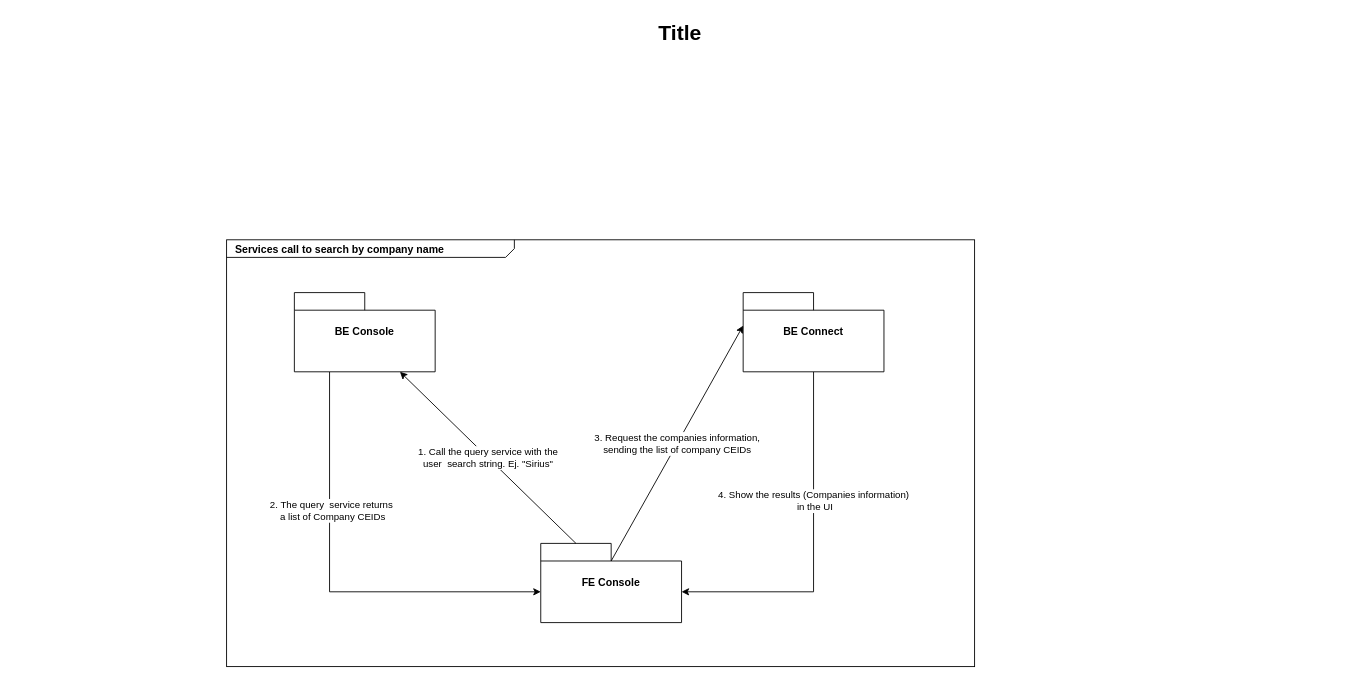
Before: Untitled Diagram.drawio in hvasquez28/TensorFlow, a draw.io diagram. Source tidied: cells renumbered, new cells numbered last; positions are measured from the earlier drawing's top-left corner, leaving out a move shared by most shapes. Both pictures are drawn from the tidied source at 88%, with x=0, y=0 at pixel (15, 15).
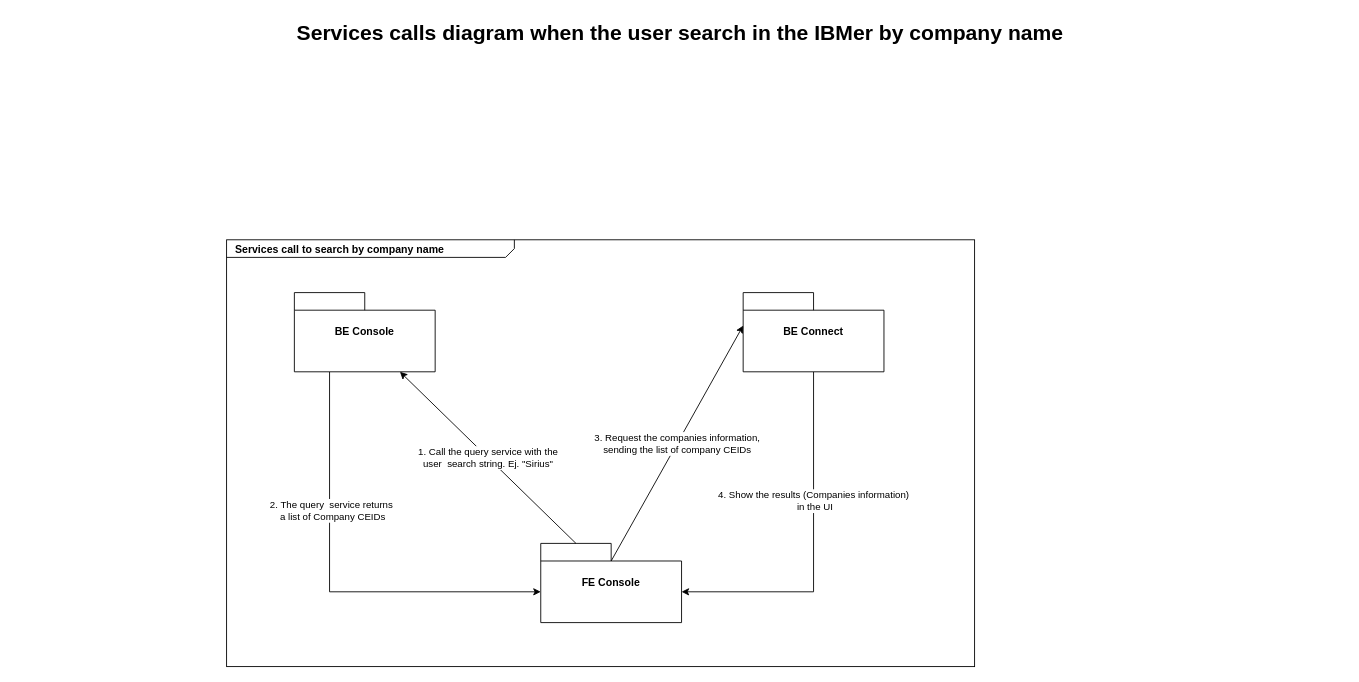
The same diagram, later.

Commit message (it also covers changes not shown here):
PWC-IBMer-CompanyNameSearchDiagram

Change to the diagram source:
```diff
@@
 <mxGraphModel>
   <root>
     <mxCell id="0" />
     <mxCell id="1" parent="0" />
     <mxCell id="2" value="&lt;p style=&quot;margin: 0px ; margin-top: 4px ; margin-left: 10px ; text-align: left&quot;&gt;&lt;b&gt;Services call to search by company name&lt;/b&gt;&lt;/p&gt;" style="html=1;strokeWidth=1;shape=mxgraph.sysml.package;html=1;overflow=fill;whiteSpace=wrap;fillColor=none;gradientColor=none;fontSize=12;align=center;labelX=327.64;" parent="1" vertex="1">
       <mxGeometry x="240" y="255" width="850" height="485" as="geometry" />
     </mxCell>
     <mxCell id="3" style="edgeStyle=orthogonalEdgeStyle;rounded=0;jettySize=auto;html=1;exitX=0.25;exitY=1;exitDx=0;exitDy=0;exitPerimeter=0;entryX=0;entryY=0;entryDx=0;entryDy=55;entryPerimeter=0;" parent="1" edge="1" source="5" target="10">
       <mxGeometry relative="1" as="geometry" />
     </mxCell>
     <mxCell id="4" value="2. The query&amp;nbsp; service returns&lt;br&gt;&amp;nbsp;a list of Company CEIDs" style="edgeLabel;html=1;align=center;verticalAlign=middle;" parent="3" vertex="1">
       <mxGeometry x="-0.36" y="1" relative="1" as="geometry" />
     </mxCell>
     <mxCell id="5" value="BE Console" style="shape=folder;tabWidth=80;tabHeight=20;tabPosition=left;strokeWidth=1;html=1;whiteSpace=wrap;align=center;fontSize=12;fontStyle=1;" parent="1" vertex="1">
       <mxGeometry x="317" y="315" width="160" height="90" as="geometry" />
     </mxCell>
-    <mxCell id="6" value="Title" style="text;strokeColor=none;fillColor=none;html=1;fontSize=24;fontStyle=1;verticalAlign=middle;align=center;" parent="1" vertex="1">
+    <mxCell id="6" value="Services calls diagram when the user search in the IBMer by company name" style="text;strokeColor=none;fillColor=none;html=1;fontSize=24;fontStyle=1;verticalAlign=middle;align=center;" parent="1" vertex="1">
       <mxGeometry width="1510" height="40" as="geometry" />
     </mxCell>
     <mxCell id="7" style="edgeStyle=orthogonalEdgeStyle;rounded=0;jettySize=auto;html=1;exitX=0.5;exitY=1;exitDx=0;exitDy=0;exitPerimeter=0;entryX=0;entryY=0;entryDx=160;entryDy=55;entryPerimeter=0;" parent="1" edge="1" source="9" target="10">
       <mxGeometry relative="1" as="geometry" />
     </mxCell>
     <mxCell id="8" value="4. Show the results (Companies information)&lt;br&gt;&amp;nbsp;in the UI" style="edgeLabel;html=1;align=center;verticalAlign=middle;" parent="7" vertex="1">
       <mxGeometry x="-0.27" y="-1" relative="1" as="geometry" />
     </mxCell>
     <mxCell id="9" value="BE Connect" style="shape=folder;tabWidth=80;tabHeight=20;tabPosition=left;strokeWidth=1;html=1;whiteSpace=wrap;align=center;fontSize=12;fontStyle=1;" parent="1" vertex="1">
       <mxGeometry x="827" y="315" width="160" height="90" as="geometry" />
     </mxCell>
     <mxCell id="10" value="FE Console" style="shape=folder;tabWidth=80;tabHeight=20;tabPosition=left;strokeWidth=1;html=1;whiteSpace=wrap;align=center;fontSize=12;fontStyle=1;" parent="1" vertex="1">
       <mxGeometry x="597" y="600" width="160" height="90" as="geometry" />
     </mxCell>
     <mxCell id="11" style="endArrow=classic;html=1;exitX=0;exitY=0;exitDx=40;exitDy=0;exitPerimeter=0;entryX=0.75;entryY=1;entryDx=0;entryDy=0;entryPerimeter=0;" parent="1" edge="1" source="10" target="5">
       <mxGeometry relative="1" as="geometry" />
     </mxCell>
     <mxCell id="12" value="1. Call the query service with the &lt;br&gt;user&amp;nbsp;&amp;nbsp;search string. Ej. &quot;Sirius&quot;" style="edgeLabel;html=1;align=center;verticalAlign=middle;" parent="11" vertex="1">
       <mxGeometry relative="1" as="geometry" />
     </mxCell>
     <mxCell id="13" style="endArrow=classic;html=1;exitX=0;exitY=0;exitDx=80;exitDy=20;exitPerimeter=0;entryX=0;entryY=0;entryDx=0;entryDy=37.5;entryPerimeter=0;" parent="1" edge="1" source="10" target="9">
       <mxGeometry relative="1" as="geometry">
         <Array as="points">
           <mxPoint x="750" y="490" />
         </Array>
       </mxGeometry>
     </mxCell>
     <mxCell id="14" value="3. Request the companies information,&lt;br&gt;sending the list of company CEIDs" style="edgeLabel;html=1;align=center;verticalAlign=middle;" parent="13" vertex="1">
       <mxGeometry relative="1" as="geometry" />
     </mxCell>
   </root>
 </mxGraphModel>
```
